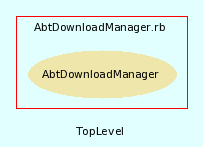
This is src/trunk/doc/dot/f_1.png from eschabell/abtlinux, a Graphviz export, as it was before one commit. Its source is kept beside it as src/trunk/doc/dot/f_1.dot.
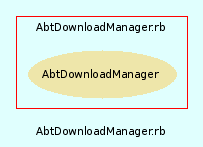
The same diagram one commit later.

What changed in the source:
```diff
@@ -3,7 +3,7 @@
     bgcolor = lightcyan1
     fontname = Arial
     fontsize = 8
-    label = "TopLevel"
+    label = "AbtDownloadManager.rb"
     node [
         fontname = Arial,
         fontsize = 8,
```
